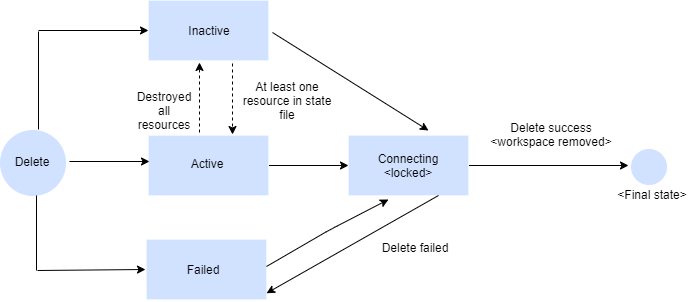
Above: images/deleteworkspace.png in ibm-cloud-docs/schematics (draw.io), before the change. Source tidied: cells renumbered, new cells last; positions are measured from the earlier drawing's top-left corner, leaving out a move shared by most shapes.
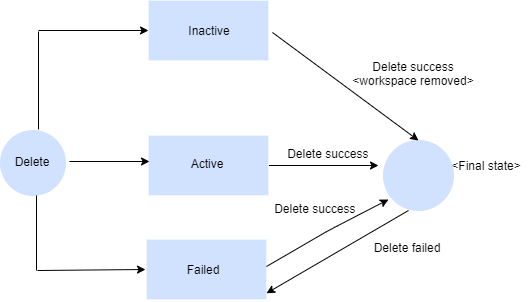
After the change.

Change to the diagram source:
```diff
@@ -2,9 +2,11 @@
   <root>
     <mxCell id="0" />
     <mxCell id="1" parent="0" />
-    <mxCell id="2" style="edgeStyle=orthogonalEdgeStyle;rounded=0;jettySize=auto;html=1;entryX=0;entryY=0.5;entryDx=0;entryDy=0;" parent="1" edge="1" source="3" target="7">
-      <mxGeometry relative="1" as="geometry" />
-    </mxCell>
+    <mxCell id="30" style="edgeStyle=orthogonalEdgeStyle;rounded=0;jettySize=auto;html=1;" parent="1" edge="1" source="3">
+      <mxGeometry relative="1" as="geometry">
+        <mxPoint x="378" y="165" as="targetPoint" />
+      </mxGeometry>
+    </mxCell>
     <mxCell id="3" style="rounded=0;whiteSpace=wrap;html=1;fillColor=#d0e2ff;strokeColor=#edf5ff;" parent="1" vertex="1">
       <mxGeometry x="148" y="135" width="120" height="60" as="geometry" />
     </mxCell>
@@ -14,108 +16,86 @@
     <mxCell id="5" style="rounded=0;whiteSpace=wrap;html=1;fillColor=#d0e2ff;strokeColor=#edf5ff;" parent="1" vertex="1">
       <mxGeometry x="146" y="239" width="120" height="60" as="geometry" />
     </mxCell>
-    <mxCell id="6" style="edgeStyle=orthogonalEdgeStyle;rounded=0;jettySize=auto;html=1;" parent="1" edge="1" source="7">
-      <mxGeometry relative="1" as="geometry">
-        <mxPoint x="628" y="165" as="targetPoint" />
-      </mxGeometry>
-    </mxCell>
-    <mxCell id="7" style="rounded=0;whiteSpace=wrap;html=1;fillColor=#d0e2ff;strokeColor=#edf5ff;" parent="1" vertex="1">
-      <mxGeometry x="348" y="135" width="120" height="60" as="geometry" />
-    </mxCell>
-    <mxCell id="8" style="edgeStyle=orthogonalEdgeStyle;rounded=0;orthogonalLoop=1;jettySize=auto;html=1;" parent="1" edge="1">
-      <mxGeometry relative="1" as="geometry">
-        <mxPoint x="69" y="161" as="sourcePoint" />
-        <mxPoint x="149" y="161" as="targetPoint" />
-      </mxGeometry>
-    </mxCell>
+    <mxCell id="31" style="edgeStyle=orthogonalEdgeStyle;rounded=0;orthogonalLoop=1;jettySize=auto;html=1;" parent="1" edge="1">
+      <mxGeometry relative="1" as="geometry">
+        <mxPoint x="69" y="161" as="sourcePoint" />
+        <mxPoint x="149" y="161" as="targetPoint" />
+      </mxGeometry>
+    </mxCell>
     <mxCell id="9" value="&lt;font face=&quot;Arial&quot; style=&quot;font-size: 12px&quot;&gt;Inactive&lt;/font&gt;" style="text;html=1;strokeColor=none;fillColor=none;align=center;verticalAlign=middle;whiteSpace=wrap;rounded=0;" parent="1" vertex="1">
       <mxGeometry x="179" y="17" width="60" height="26" as="geometry" />
     </mxCell>
     <mxCell id="10" value="&lt;font face=&quot;Arial&quot; style=&quot;font-size: 12px&quot;&gt;Failed&lt;/font&gt;" style="text;html=1;strokeColor=none;fillColor=none;align=center;verticalAlign=middle;whiteSpace=wrap;rounded=0;" parent="1" vertex="1">
       <mxGeometry x="169" y="257" width="68" height="24" as="geometry" />
     </mxCell>
-    <mxCell id="11" value="&lt;font face=&quot;Arial&quot; style=&quot;font-size: 12px&quot;&gt;Connecting&lt;br&gt;&amp;lt;locked&amp;gt;&lt;br&gt;&lt;/font&gt;" style="text;html=1;strokeColor=none;fillColor=none;align=center;verticalAlign=middle;whiteSpace=wrap;rounded=0;" parent="1" vertex="1">
-      <mxGeometry x="373" y="155" width="70" height="20" as="geometry" />
-    </mxCell>
     <mxCell id="12" value="&lt;font face=&quot;Arial&quot; style=&quot;font-size: 12px&quot;&gt;Active&lt;/font&gt;" style="text;html=1;strokeColor=none;fillColor=none;align=center;verticalAlign=middle;whiteSpace=wrap;rounded=0;" parent="1" vertex="1">
       <mxGeometry x="172" y="153" width="70" height="20" as="geometry" />
     </mxCell>
     <mxCell id="13" value="&lt;font face=&quot;Arial&quot; style=&quot;font-size: 12px&quot;&gt;Delete success &amp;lt;workspace removed&amp;gt;&lt;br&gt;&lt;/font&gt;" style="text;html=1;strokeColor=none;fillColor=none;align=center;verticalAlign=middle;whiteSpace=wrap;rounded=0;" parent="1" vertex="1">
-      <mxGeometry x="481" y="121" width="140" height="26" as="geometry" />
+      <mxGeometry x="343.2" y="60" width="140" height="26" as="geometry" />
     </mxCell>
     <mxCell id="14" value="&lt;font face=&quot;Arial&quot; style=&quot;font-size: 12px&quot;&gt;Delete failed&lt;br&gt;&lt;/font&gt;" style="text;html=1;strokeColor=none;fillColor=none;align=center;verticalAlign=middle;whiteSpace=wrap;rounded=0;" parent="1" vertex="1">
-      <mxGeometry x="355" y="237" width="120" height="20" as="geometry" />
+      <mxGeometry x="347" y="237" width="120" height="20" as="geometry" />
     </mxCell>
-    <mxCell id="15" value="&lt;font face=&quot;Arial&quot; style=&quot;font-size: 12px&quot;&gt;Destroyed all resources&lt;br&gt;&lt;/font&gt;" style="text;html=1;strokeColor=none;fillColor=none;align=center;verticalAlign=middle;whiteSpace=wrap;rounded=0;" parent="1" vertex="1">
-      <mxGeometry x="134" y="100" width="60" height="20" as="geometry" />
-    </mxCell>
     <mxCell id="16" value="&lt;font face=&quot;Arial&quot; style=&quot;font-size: 12px&quot;&gt;&amp;lt;Final state&amp;gt;&lt;/font&gt;" style="text;html=1;strokeColor=none;fillColor=none;align=center;verticalAlign=middle;whiteSpace=wrap;rounded=0;" parent="1" vertex="1">
-      <mxGeometry x="609.5" y="184" width="84" height="20" as="geometry" />
+      <mxGeometry x="443.5" y="155" width="84" height="20" as="geometry" />
     </mxCell>
-    <mxCell id="17" style="html=1;labelBackgroundColor=#ffffff;endArrow=classic;endFill=1;endSize=6;jettySize=auto;orthogonalLoop=1;strokeWidth=1;fontSize=14;dashed=1;" parent="1" edge="1">
-      <mxGeometry relative="1" as="geometry">
-        <mxPoint x="199" y="132" as="sourcePoint" />
-        <mxPoint x="199" y="62" as="targetPoint" />
-      </mxGeometry>
-    </mxCell>
-    <mxCell id="18" style="html=1;labelBackgroundColor=#ffffff;endArrow=classic;endFill=1;endSize=6;jettySize=auto;orthogonalLoop=1;strokeWidth=1;fontSize=14;dashed=1;" parent="1" edge="1">
-      <mxGeometry relative="1" as="geometry">
-        <mxPoint x="232" y="63" as="sourcePoint" />
-        <mxPoint x="232" y="134" as="targetPoint" />
-      </mxGeometry>
-    </mxCell>
     <mxCell id="19" style="ellipse;whiteSpace=wrap;html=1;fillColor=#D0E2FF;strokeColor=#D0E2FF;" parent="1" vertex="1">
       <mxGeometry y="130" width="65" height="65" as="geometry" />
     </mxCell>
-    <mxCell id="20" style="ellipse;whiteSpace=wrap;html=1;fillColor=#D0E2FF;strokeColor=#D0E2FF;" parent="1" vertex="1">
-      <mxGeometry x="631" y="149" width="35" height="35" as="geometry" />
-    </mxCell>
+    <mxCell id="32" style="ellipse;whiteSpace=wrap;html=1;fillColor=#D0E2FF;strokeColor=#D0E2FF;" parent="1" vertex="1">
+      <mxGeometry x="383" y="140" width="70" height="70" as="geometry" />
+    </mxCell>
     <mxCell id="21" value="&lt;font face=&quot;Arial&quot; style=&quot;font-size: 12px&quot;&gt;Delete&lt;/font&gt;" style="text;html=1;strokeColor=none;fillColor=none;align=center;verticalAlign=middle;whiteSpace=wrap;rounded=0;" parent="1" vertex="1">
       <mxGeometry x="7" y="151" width="50" height="20" as="geometry" />
     </mxCell>
-    <mxCell id="22" style="html=1;labelBackgroundColor=#ffffff;endArrow=classic;endFill=1;endSize=6;jettySize=auto;strokeWidth=1;fontSize=14;entryX=0;entryY=0.5;entryDx=0;entryDy=0;" parent="1" edge="1" target="4">
-      <mxGeometry relative="1" as="geometry">
-        <mxPoint x="38" y="30" as="sourcePoint" />
-      </mxGeometry>
-    </mxCell>
-    <mxCell id="23" value="&lt;font face=&quot;Arial&quot; style=&quot;font-size: 12px&quot;&gt;At least one resource in state file&lt;br&gt;&lt;/font&gt;" style="text;html=1;strokeColor=none;fillColor=none;align=center;verticalAlign=middle;whiteSpace=wrap;rounded=0;" parent="1" vertex="1">
-      <mxGeometry x="234" y="80" width="106" height="40" as="geometry" />
-    </mxCell>
-    <mxCell id="24" style="html=1;labelBackgroundColor=#ffffff;endArrow=classic;endFill=1;endSize=6;jettySize=auto;orthogonalLoop=1;strokeWidth=1;fontSize=14;exitX=1;exitY=0.25;exitDx=0;exitDy=0;" parent="1" edge="1">
-      <mxGeometry relative="1" as="geometry">
-        <mxPoint x="266" y="266" as="sourcePoint" />
-        <mxPoint x="388" y="199" as="targetPoint" />
-        <Array as="points">
-          <mxPoint x="328" y="230" />
-        </Array>
-      </mxGeometry>
-    </mxCell>
-    <mxCell id="25" style="html=1;labelBackgroundColor=#ffffff;endArrow=classic;endFill=1;endSize=6;jettySize=auto;strokeWidth=1;fontSize=14;entryX=1;entryY=0.896;entryDx=0;entryDy=0;entryPerimeter=0;exitX=0.75;exitY=1;exitDx=0;exitDy=0;" parent="1" edge="1" source="7" target="5">
-      <mxGeometry relative="1" as="geometry" />
-    </mxCell>
-    <mxCell id="26" style="html=1;labelBackgroundColor=#ffffff;endArrow=classic;endFill=1;endSize=6;jettySize=auto;orthogonalLoop=1;strokeWidth=1;fontSize=14;exitX=1;exitY=0.75;exitDx=0;exitDy=0;" parent="1" edge="1">
-      <mxGeometry relative="1" as="geometry">
-        <mxPoint x="272" y="32" as="sourcePoint" />
-        <mxPoint x="428" y="130" as="targetPoint" />
-      </mxGeometry>
-    </mxCell>
-    <mxCell id="27" style="html=1;labelBackgroundColor=#ffffff;jettySize=auto;orthogonalLoop=1;strokeWidth=1;fontSize=14;endArrow=none;endFill=0;" parent="1" edge="1">
-      <mxGeometry relative="1" as="geometry">
-        <mxPoint x="38" y="129" as="sourcePoint" />
-        <mxPoint x="38" y="31" as="targetPoint" />
-      </mxGeometry>
-    </mxCell>
-    <mxCell id="28" style="html=1;labelBackgroundColor=#ffffff;jettySize=auto;orthogonalLoop=1;strokeWidth=1;fontSize=14;endArrow=none;endFill=0;" parent="1" edge="1">
-      <mxGeometry relative="1" as="geometry">
-        <mxPoint x="36" y="270" as="sourcePoint" />
-        <mxPoint x="36" y="195" as="targetPoint" />
-      </mxGeometry>
-    </mxCell>
-    <mxCell id="29" style="html=1;labelBackgroundColor=#ffffff;endArrow=classic;endFill=1;endSize=6;jettySize=auto;orthogonalLoop=1;strokeWidth=1;fontSize=14;entryX=0;entryY=0.5;entryDx=0;entryDy=0;" parent="1" edge="1">
-      <mxGeometry relative="1" as="geometry">
-        <mxPoint x="37" y="270" as="sourcePoint" />
-        <mxPoint x="145" y="269" as="targetPoint" />
-      </mxGeometry>
-    </mxCell>
+    <mxCell id="33" style="html=1;labelBackgroundColor=#ffffff;endArrow=classic;endFill=1;endSize=6;jettySize=auto;strokeWidth=1;fontSize=14;entryX=0;entryY=0.5;entryDx=0;entryDy=0;" parent="1" edge="1" target="4">
+      <mxGeometry relative="1" as="geometry">
+        <mxPoint x="38" y="30" as="sourcePoint" />
+      </mxGeometry>
+    </mxCell>
+    <mxCell id="34" style="html=1;labelBackgroundColor=#ffffff;endArrow=classic;endFill=1;endSize=6;jettySize=auto;orthogonalLoop=1;strokeWidth=1;fontSize=14;exitX=1;exitY=0.25;exitDx=0;exitDy=0;" parent="1" edge="1">
+      <mxGeometry relative="1" as="geometry">
+        <mxPoint x="266" y="266" as="sourcePoint" />
+        <mxPoint x="388" y="199" as="targetPoint" />
+        <Array as="points">
+          <mxPoint x="328" y="230" />
+        </Array>
+      </mxGeometry>
+    </mxCell>
+    <mxCell id="35" style="html=1;labelBackgroundColor=#ffffff;endArrow=classic;endFill=1;endSize=6;jettySize=auto;strokeWidth=1;fontSize=14;entryX=1;entryY=0.896;entryDx=0;entryDy=0;entryPerimeter=0;" parent="1" edge="1" target="5">
+      <mxGeometry relative="1" as="geometry">
+        <mxPoint x="408" y="210" as="sourcePoint" />
+      </mxGeometry>
+    </mxCell>
+    <mxCell id="36" style="html=1;labelBackgroundColor=#ffffff;endArrow=classic;endFill=1;endSize=6;jettySize=auto;strokeWidth=1;fontSize=14;exitX=1;exitY=0.75;exitDx=0;exitDy=0;entryX=0.5;entryY=0;entryDx=0;entryDy=0;" parent="1" edge="1" target="32">
+      <mxGeometry relative="1" as="geometry">
+        <mxPoint x="272" y="32" as="sourcePoint" />
+      </mxGeometry>
+    </mxCell>
+    <mxCell id="37" style="html=1;labelBackgroundColor=#ffffff;jettySize=auto;orthogonalLoop=1;strokeWidth=1;fontSize=14;endArrow=none;endFill=0;" parent="1" edge="1">
+      <mxGeometry relative="1" as="geometry">
+        <mxPoint x="38" y="129" as="sourcePoint" />
+        <mxPoint x="38" y="31" as="targetPoint" />
+      </mxGeometry>
+    </mxCell>
+    <mxCell id="38" style="html=1;labelBackgroundColor=#ffffff;jettySize=auto;orthogonalLoop=1;strokeWidth=1;fontSize=14;endArrow=none;endFill=0;" parent="1" edge="1">
+      <mxGeometry relative="1" as="geometry">
+        <mxPoint x="36" y="270" as="sourcePoint" />
+        <mxPoint x="36" y="195" as="targetPoint" />
+      </mxGeometry>
+    </mxCell>
+    <mxCell id="39" style="html=1;labelBackgroundColor=#ffffff;endArrow=classic;endFill=1;endSize=6;jettySize=auto;orthogonalLoop=1;strokeWidth=1;fontSize=14;entryX=0;entryY=0.5;entryDx=0;entryDy=0;" parent="1" edge="1">
+      <mxGeometry relative="1" as="geometry">
+        <mxPoint x="37" y="270" as="sourcePoint" />
+        <mxPoint x="145" y="269" as="targetPoint" />
+      </mxGeometry>
+    </mxCell>
+    <mxCell id="40" value="&lt;font face=&quot;Arial&quot; style=&quot;font-size: 12px&quot;&gt;Delete success&amp;nbsp;&lt;br&gt;&lt;/font&gt;" style="text;html=1;strokeColor=none;fillColor=none;align=center;verticalAlign=middle;whiteSpace=wrap;rounded=0;" parent="1" vertex="1">
+      <mxGeometry x="262" y="195" width="109" height="26" as="geometry" />
+    </mxCell>
+    <mxCell id="41" value="&lt;font face=&quot;Arial&quot; style=&quot;font-size: 12px&quot;&gt;Delete success&amp;nbsp;&lt;br&gt;&lt;/font&gt;" style="text;html=1;strokeColor=none;fillColor=none;align=center;verticalAlign=middle;whiteSpace=wrap;rounded=0;" parent="1" vertex="1">
+      <mxGeometry x="275" y="140" width="109" height="26" as="geometry" />
+    </mxCell>
   </root>
 </mxGraphModel>
```
